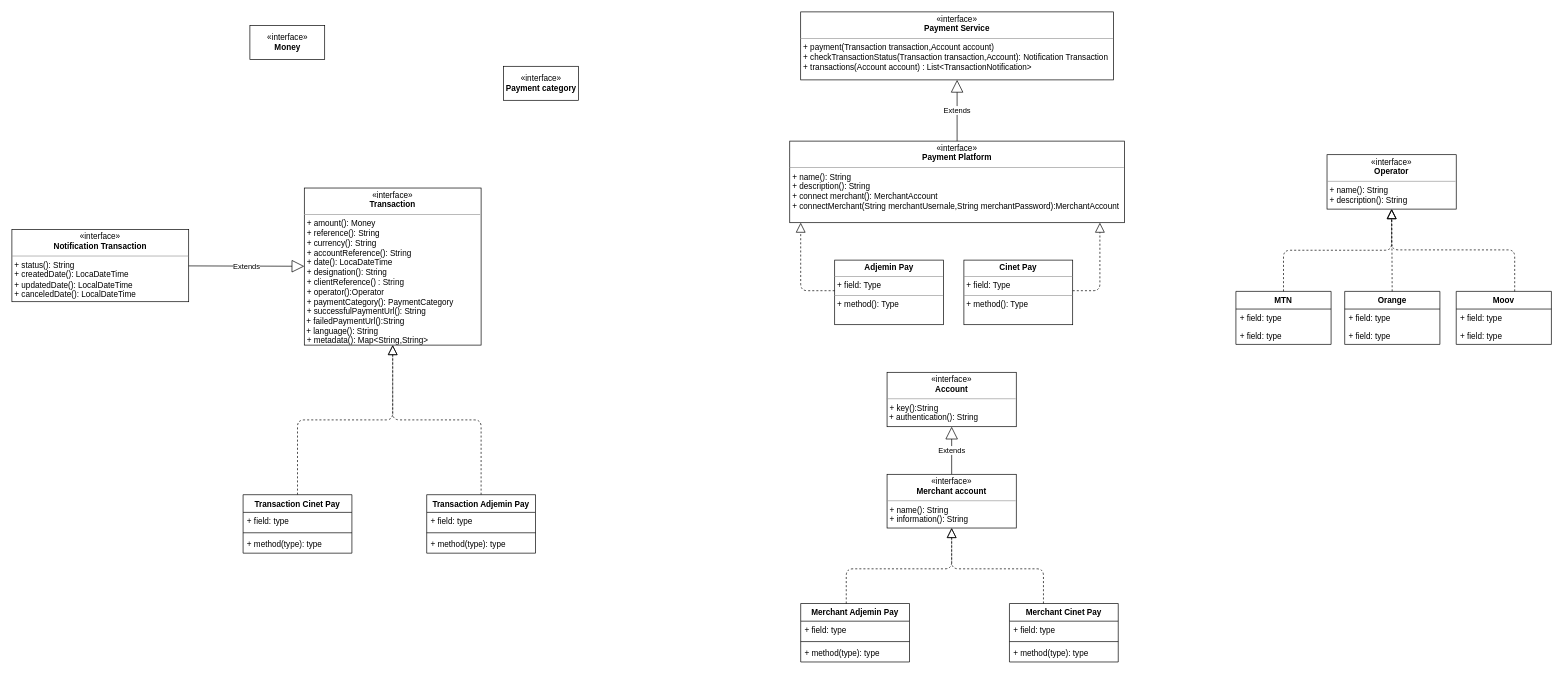
This is docs/AnansiPay.drawio from Mamadiarra/AnansiPay, a draw.io file, before an edit. Source tidied: cells renumbered, new cells numbered last; positions are measured from the earlier drawing's top-left corner, leaving out a move shared by most shapes. Both pictures are drawn from the tidied source at 68%, with x=0, y=0 at pixel (12, 12).
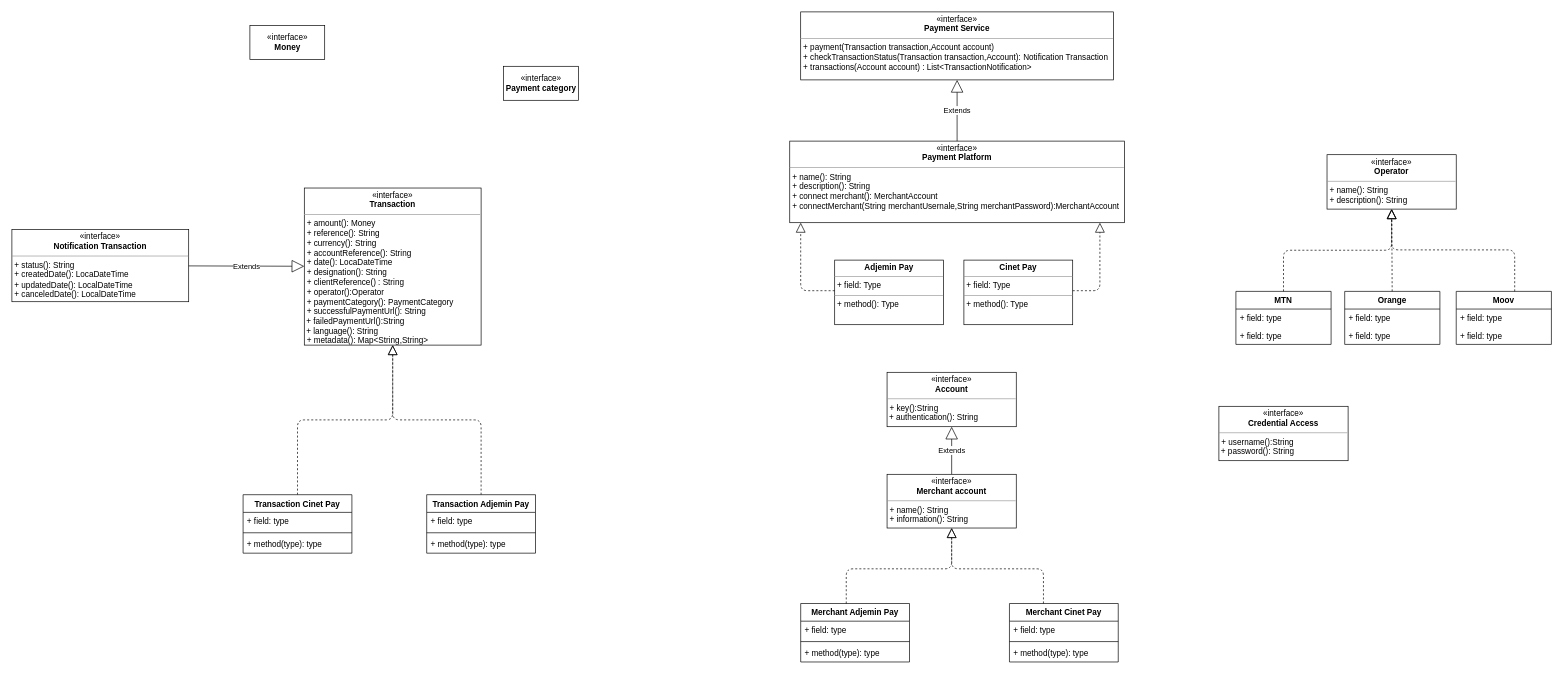
Above is the later version.

Change to the diagram source:
```diff
@@
+    <mxCell id="50" value="&lt;p style=&quot;margin: 0px ; margin-top: 4px ; text-align: center&quot;&gt;«interface»&lt;br&gt;&lt;b&gt;Credential Access&lt;/b&gt;&lt;br&gt;&lt;/p&gt;&lt;hr size=&quot;1&quot;&gt;&lt;p style=&quot;margin: 0px ; margin-left: 4px&quot;&gt;&lt;span&gt;+ username():String&lt;/span&gt;&lt;br&gt;&lt;/p&gt;&amp;nbsp;+ password(): String&lt;p style=&quot;margin: 0px ; margin-left: 4px&quot;&gt;&lt;br&gt;&lt;/p&gt;" style="verticalAlign=top;align=left;overflow=fill;fontSize=12;fontFamily=Helvetica;html=1;" parent="1" vertex="1">
+      <mxGeometry x="1775" y="580" width="190" height="80" as="geometry" />
+    </mxCell>
```
